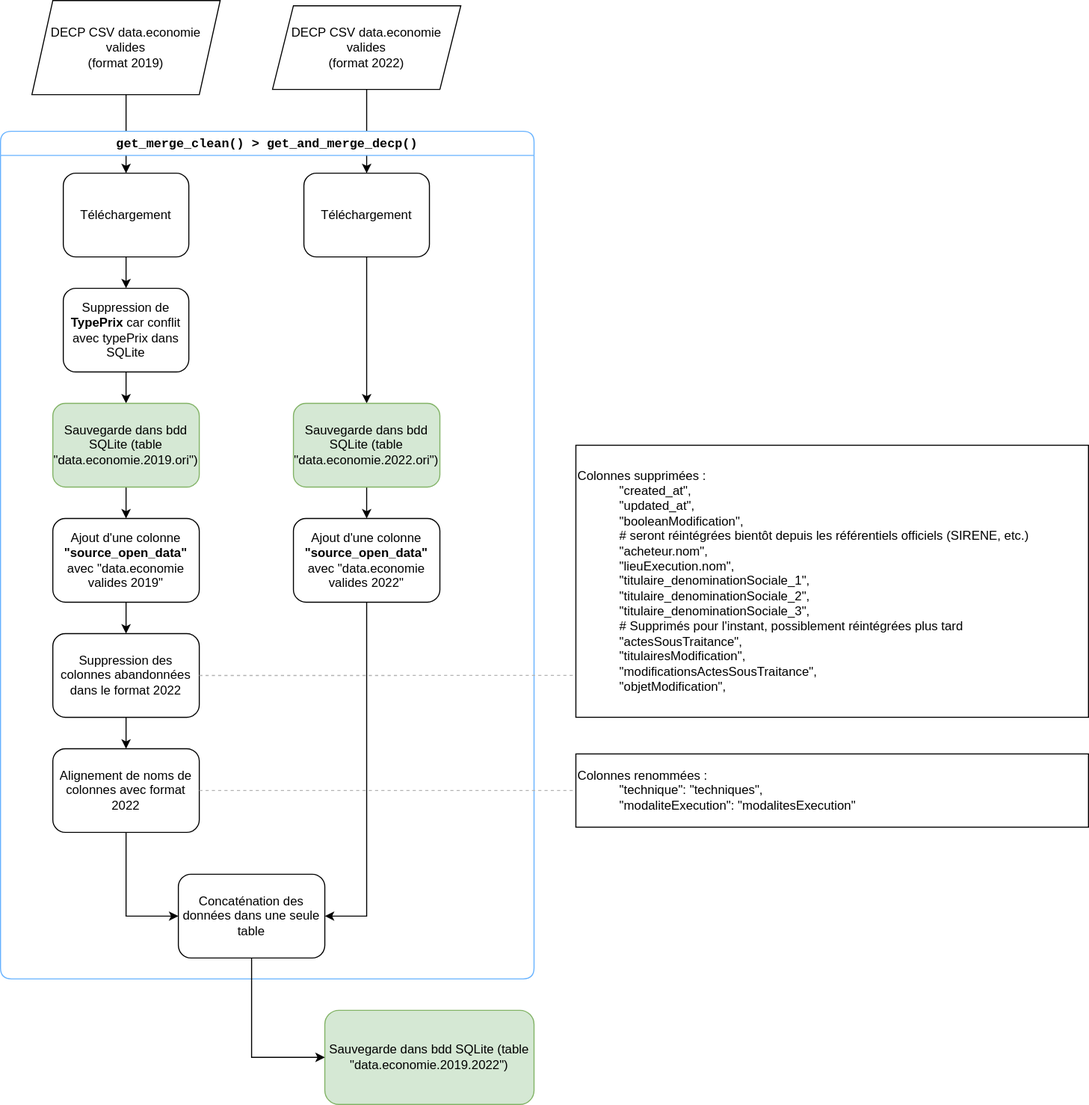
The draw.io diagram drawings/processing.svg in ElyotL/decp-processing, before a commit. Source tidied: cells renumbered, new cells last; positions are measured from the earlier drawing's top-left corner, leaving out a move shared by most shapes.
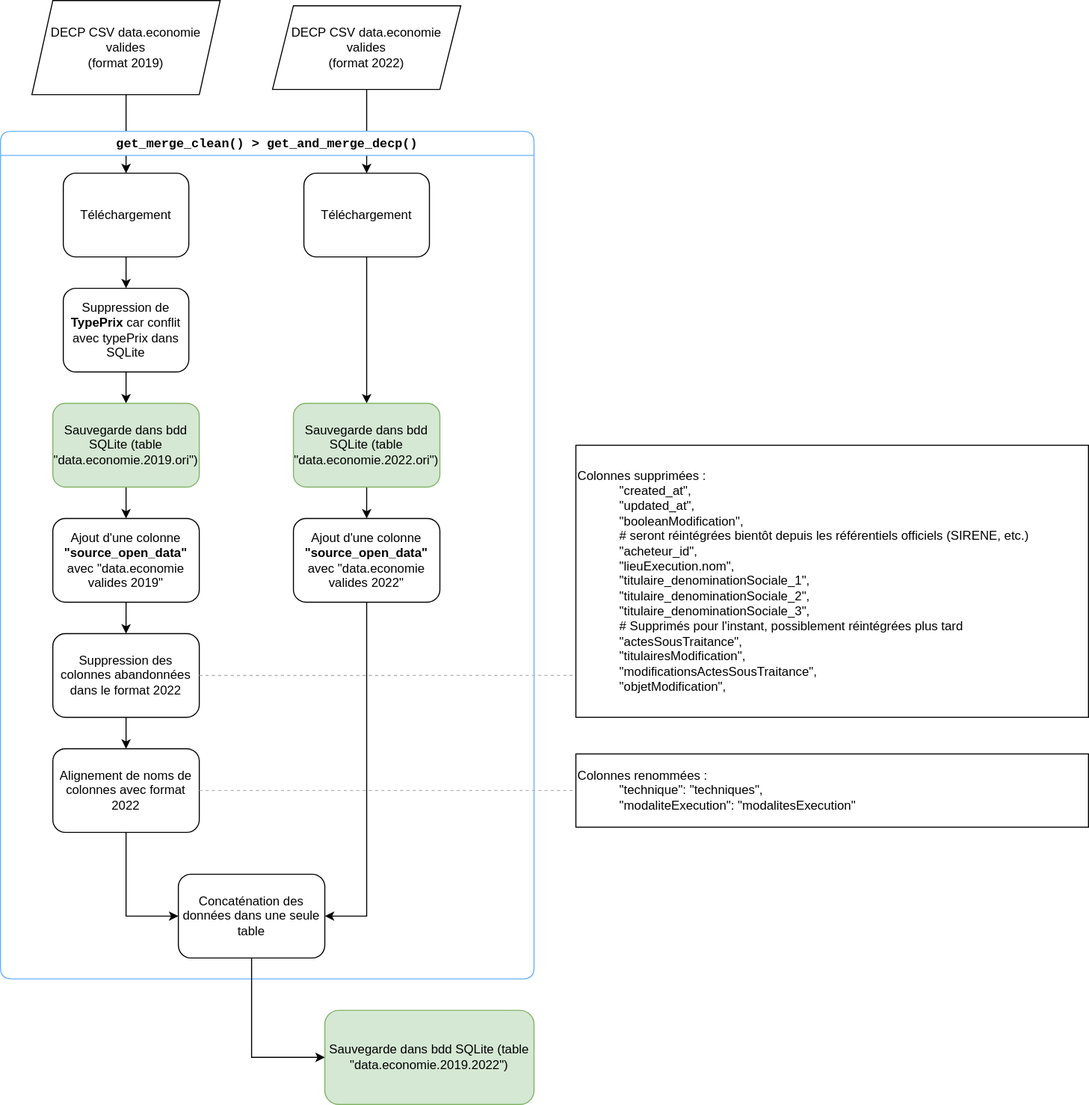
The same diagram one commit later.

Change to the diagram source:
```diff
@@ -74,7 +74,7 @@
     <mxCell id="25" value="Concaténation des données dans une seule table" style="rounded=1;whiteSpace=wrap;html=1;shadow=0;labelBackgroundColor=none;strokeWidth=1;fontFamily=Helvetica;fontSize=12;align=center;strokeColor=default;verticalAlign=middle;fontColor=default;fillColor=default;" parent="10" vertex="1">
       <mxGeometry x="170" y="710" width="140" height="80" as="geometry" />
     </mxCell>
-    <mxCell id="26" value="Colonnes supprimées :&lt;br&gt;&lt;div&gt;&amp;nbsp; &amp;nbsp; &amp;nbsp; &amp;nbsp; &amp;nbsp; &amp;nbsp; &quot;created_at&quot;,&lt;/div&gt;&lt;div&gt;&amp;nbsp; &amp;nbsp; &amp;nbsp; &amp;nbsp; &amp;nbsp; &amp;nbsp; &quot;updated_at&quot;,&lt;/div&gt;&lt;div&gt;&amp;nbsp; &amp;nbsp; &amp;nbsp; &amp;nbsp; &amp;nbsp; &amp;nbsp; &quot;booleanModification&quot;,&lt;/div&gt;&lt;div&gt;&amp;nbsp; &amp;nbsp; &amp;nbsp; &amp;nbsp; &amp;nbsp; &amp;nbsp; # seront réintégrées bientôt depuis les référentiels officiels (SIRENE, etc.)&lt;/div&gt;&lt;div&gt;&amp;nbsp; &amp;nbsp; &amp;nbsp; &amp;nbsp; &amp;nbsp; &amp;nbsp; &quot;acheteur.nom&quot;,&lt;/div&gt;&lt;div&gt;&amp;nbsp; &amp;nbsp; &amp;nbsp; &amp;nbsp; &amp;nbsp; &amp;nbsp; &quot;lieuExecution.nom&quot;,&lt;/div&gt;&lt;div&gt;&amp;nbsp; &amp;nbsp; &amp;nbsp; &amp;nbsp; &amp;nbsp; &amp;nbsp; &quot;titulaire_denominationSociale_1&quot;,&lt;/div&gt;&lt;div&gt;&amp;nbsp; &amp;nbsp; &amp;nbsp; &amp;nbsp; &amp;nbsp; &amp;nbsp; &quot;titulaire_denominationSociale_2&quot;,&lt;/div&gt;&lt;div&gt;&amp;nbsp; &amp;nbsp; &amp;nbsp; &amp;nbsp; &amp;nbsp; &amp;nbsp; &quot;titulaire_denominationSociale_3&quot;,&lt;/div&gt;&lt;div&gt;&amp;nbsp; &amp;nbsp; &amp;nbsp; &amp;nbsp; &amp;nbsp; &amp;nbsp; # Supprimés pour l'instant, possiblement réintégrées plus tard&lt;/div&gt;&lt;div&gt;&amp;nbsp; &amp;nbsp; &amp;nbsp; &amp;nbsp; &amp;nbsp; &amp;nbsp; &quot;actesSousTraitance&quot;,&lt;/div&gt;&lt;div&gt;&amp;nbsp; &amp;nbsp; &amp;nbsp; &amp;nbsp; &amp;nbsp; &amp;nbsp; &quot;titulairesModification&quot;,&lt;/div&gt;&lt;div&gt;&amp;nbsp; &amp;nbsp; &amp;nbsp; &amp;nbsp; &amp;nbsp; &amp;nbsp; &quot;modificationsActesSousTraitance&quot;,&lt;/div&gt;&lt;div&gt;&amp;nbsp; &amp;nbsp; &amp;nbsp; &amp;nbsp; &amp;nbsp; &amp;nbsp; &quot;objetModification&quot;,&lt;/div&gt;" style="rounded=0;whiteSpace=wrap;html=1;shadow=0;strokeColor=default;strokeWidth=1;align=left;verticalAlign=middle;fontFamily=Helvetica;fontSize=12;fontColor=default;labelBackgroundColor=none;fillColor=default;" parent="1" vertex="1">
+    <mxCell id="26" value="Colonnes supprimées :&lt;br&gt;&lt;div&gt;&amp;nbsp; &amp;nbsp; &amp;nbsp; &amp;nbsp; &amp;nbsp; &amp;nbsp; &quot;created_at&quot;,&lt;/div&gt;&lt;div&gt;&amp;nbsp; &amp;nbsp; &amp;nbsp; &amp;nbsp; &amp;nbsp; &amp;nbsp; &quot;updated_at&quot;,&lt;/div&gt;&lt;div&gt;&amp;nbsp; &amp;nbsp; &amp;nbsp; &amp;nbsp; &amp;nbsp; &amp;nbsp; &quot;booleanModification&quot;,&lt;/div&gt;&lt;div&gt;&amp;nbsp; &amp;nbsp; &amp;nbsp; &amp;nbsp; &amp;nbsp; &amp;nbsp; # seront réintégrées bientôt depuis les référentiels officiels (SIRENE, etc.)&lt;/div&gt;&lt;div&gt;&amp;nbsp; &amp;nbsp; &amp;nbsp; &amp;nbsp; &amp;nbsp; &amp;nbsp; &quot;acheteur_id&quot;,&lt;/div&gt;&lt;div&gt;&amp;nbsp; &amp;nbsp; &amp;nbsp; &amp;nbsp; &amp;nbsp; &amp;nbsp; &quot;lieuExecution.nom&quot;,&lt;/div&gt;&lt;div&gt;&amp;nbsp; &amp;nbsp; &amp;nbsp; &amp;nbsp; &amp;nbsp; &amp;nbsp; &quot;titulaire_denominationSociale_1&quot;,&lt;/div&gt;&lt;div&gt;&amp;nbsp; &amp;nbsp; &amp;nbsp; &amp;nbsp; &amp;nbsp; &amp;nbsp; &quot;titulaire_denominationSociale_2&quot;,&lt;/div&gt;&lt;div&gt;&amp;nbsp; &amp;nbsp; &amp;nbsp; &amp;nbsp; &amp;nbsp; &amp;nbsp; &quot;titulaire_denominationSociale_3&quot;,&lt;/div&gt;&lt;div&gt;&amp;nbsp; &amp;nbsp; &amp;nbsp; &amp;nbsp; &amp;nbsp; &amp;nbsp; # Supprimés pour l'instant, possiblement réintégrées plus tard&lt;/div&gt;&lt;div&gt;&amp;nbsp; &amp;nbsp; &amp;nbsp; &amp;nbsp; &amp;nbsp; &amp;nbsp; &quot;actesSousTraitance&quot;,&lt;/div&gt;&lt;div&gt;&amp;nbsp; &amp;nbsp; &amp;nbsp; &amp;nbsp; &amp;nbsp; &amp;nbsp; &quot;titulairesModification&quot;,&lt;/div&gt;&lt;div&gt;&amp;nbsp; &amp;nbsp; &amp;nbsp; &amp;nbsp; &amp;nbsp; &amp;nbsp; &quot;modificationsActesSousTraitance&quot;,&lt;/div&gt;&lt;div&gt;&amp;nbsp; &amp;nbsp; &amp;nbsp; &amp;nbsp; &amp;nbsp; &amp;nbsp; &quot;objetModification&quot;,&lt;/div&gt;" style="rounded=0;whiteSpace=wrap;html=1;shadow=0;strokeColor=default;strokeWidth=1;align=left;verticalAlign=middle;fontFamily=Helvetica;fontSize=12;fontColor=default;labelBackgroundColor=none;fillColor=default;" parent="1" vertex="1">
       <mxGeometry x="550" y="425" width="490" height="260" as="geometry" />
     </mxCell>
     <mxCell id="27" style="edgeStyle=orthogonalEdgeStyle;rounded=0;jettySize=auto;html=1;exitX=1;exitY=0.5;exitDx=0;exitDy=0;entryX=0;entryY=0.846;entryDx=0;entryDy=0;entryPerimeter=0;fontFamily=Helvetica;fontSize=12;fontColor=default;labelBackgroundColor=none;strokeColor=#B3B3B3;dashed=1;endArrow=none;startFill=0;" parent="1" edge="1" source="22" target="26">
```
